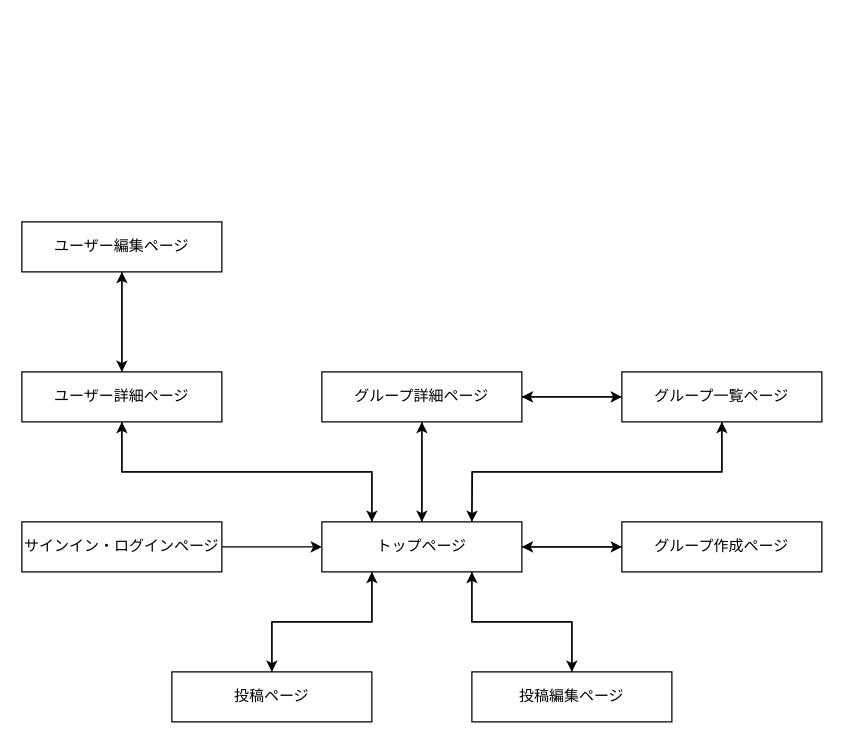
This is transition.dio from elbarca1969/group-talk, a draw.io file, before an edit. Source tidied: cells renumbered, new cells numbered last; positions are measured from the earlier drawing's top-left corner, leaving out a move shared by most shapes. Both pictures are drawn from the tidied source at 125%, with x=0, y=0 at pixel (21, 221).
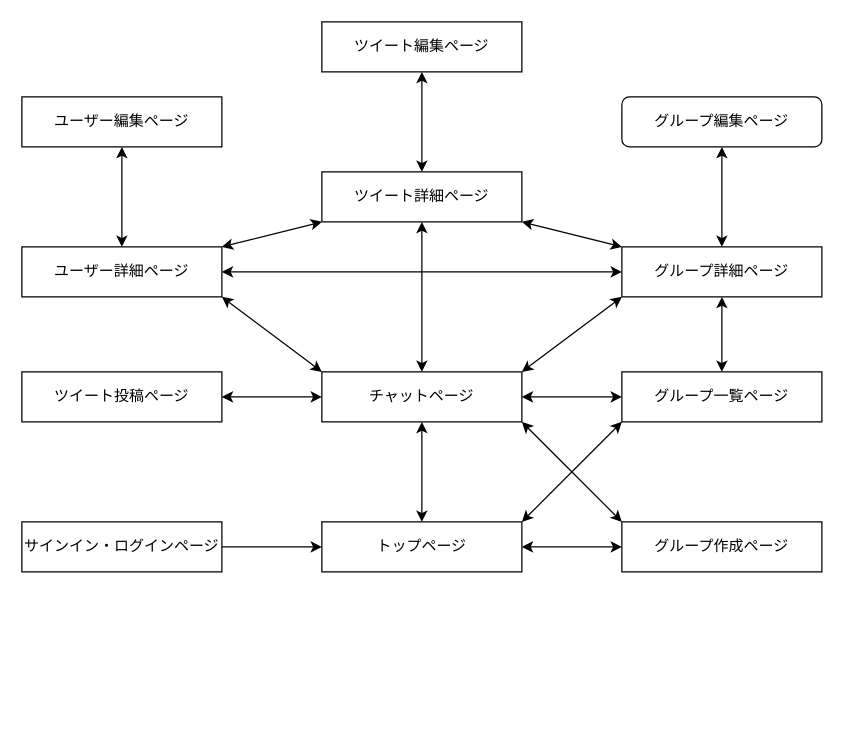
The same diagram, later.

Commit message (it also covers changes not shown here):
画面遷移図の編集

The change refers to these unchanged cells:
```xml
<mxCell id="8" value="トップページ" style="whiteSpace=wrap;html=1;align=center;" parent="1" vertex="1">
  <mxGeometry x="240" y="240" width="160" height="40" as="geometry" />
</mxCell>
<mxCell id="21" value="グループ一覧ページ" style="whiteSpace=wrap;html=1;align=center;" parent="1" vertex="1">
  <mxGeometry x="480" y="120" width="160" height="40" as="geometry" />
</mxCell>
<mxCell id="23" value="グループ作成ページ" style="whiteSpace=wrap;html=1;align=center;" parent="1" vertex="1">
  <mxGeometry x="480" y="240" width="160" height="40" as="geometry" />
</mxCell>
```

Diff of the diagram source:
```diff
@@
-    <mxCell id="2" style="edgeStyle=orthogonalEdgeStyle;rounded=0;jettySize=auto;html=1;entryX=0;entryY=0.5;entryDx=0;entryDy=0;" parent="1" edge="1" source="8" target="23">
-      <mxGeometry relative="1" as="geometry" />
-    </mxCell>
-    <mxCell id="3" style="edgeStyle=orthogonalEdgeStyle;rounded=0;jettySize=auto;html=1;entryX=0.5;entryY=1;entryDx=0;entryDy=0;" parent="1" edge="1" source="8" target="13">
-      <mxGeometry relative="1" as="geometry" />
-    </mxCell>
-    <mxCell id="4" style="edgeStyle=orthogonalEdgeStyle;rounded=0;jettySize=auto;html=1;exitX=0.25;exitY=0;exitDx=0;exitDy=0;entryX=0.5;entryY=1;entryDx=0;entryDy=0;" parent="1" edge="1" source="8" target="16">
-      <mxGeometry relative="1" as="geometry" />
-    </mxCell>
-    <mxCell id="5" style="edgeStyle=orthogonalEdgeStyle;rounded=0;jettySize=auto;html=1;exitX=0.75;exitY=0;exitDx=0;exitDy=0;entryX=0.5;entryY=1;entryDx=0;entryDy=0;" parent="1" edge="1" source="8" target="21">
-      <mxGeometry relative="1" as="geometry" />
-    </mxCell>
-    <mxCell id="6" style="edgeStyle=orthogonalEdgeStyle;rounded=0;jettySize=auto;html=1;exitX=0.25;exitY=1;exitDx=0;exitDy=0;entryX=0.5;entryY=0;entryDx=0;entryDy=0;" parent="1" edge="1" source="8" target="25">
-      <mxGeometry relative="1" as="geometry" />
-    </mxCell>
-    <mxCell id="7" style="edgeStyle=orthogonalEdgeStyle;rounded=0;jettySize=auto;html=1;exitX=0.75;exitY=1;exitDx=0;exitDy=0;entryX=0.5;entryY=0;entryDx=0;entryDy=0;" parent="1" edge="1" source="8" target="27">
-      <mxGeometry relative="1" as="geometry" />
-    </mxCell>
+    <mxCell id="16" value="ユーザー詳細ページ" style="whiteSpace=wrap;html=1;align=center;" parent="1" vertex="1">
+      <mxGeometry y="20" width="160" height="40" as="geometry" />
+    </mxCell>
+    <mxCell id="18" value="ユーザー編集ページ" style="whiteSpace=wrap;html=1;align=center;" parent="1" vertex="1">
+      <mxGeometry y="-100" width="160" height="40" as="geometry" />
+    </mxCell>
+    <mxCell id="28" value="ツイート投稿ページ" style="whiteSpace=wrap;html=1;align=center;" parent="1" vertex="1">
+      <mxGeometry y="120" width="160" height="40" as="geometry" />
+    </mxCell>
+    <mxCell id="10" value="サインイン・ログインページ" style="whiteSpace=wrap;html=1;align=center;" parent="1" vertex="1">
+      <mxGeometry y="240" width="160" height="40" as="geometry" />
+    </mxCell>
+    <mxCell id="29" value="ツイート編集ページ" style="whiteSpace=wrap;html=1;align=center;" parent="1" vertex="1">
+      <mxGeometry x="240" y="-160" width="160" height="40" as="geometry" />
+    </mxCell>
+    <mxCell id="30" value="ツイート詳細ページ" style="whiteSpace=wrap;html=1;align=center;" parent="1" vertex="1">
+      <mxGeometry x="240" y="-40" width="160" height="40" as="geometry" />
+    </mxCell>
+    <mxCell id="31" value="チャットページ" style="whiteSpace=wrap;html=1;align=center;" parent="1" vertex="1">
+      <mxGeometry x="240" y="120" width="160" height="40" as="geometry" />
+    </mxCell>
@@
-    <mxCell id="9" style="edgeStyle=orthogonalEdgeStyle;rounded=0;jettySize=auto;html=1;exitX=1;exitY=0.5;exitDx=0;exitDy=0;entryX=0;entryY=0.5;entryDx=0;entryDy=0;" parent="1" edge="1" source="10" target="8">
-      <mxGeometry relative="1" as="geometry" />
-    </mxCell>
-    <mxCell id="10" value="サインイン・ログインページ" style="whiteSpace=wrap;html=1;align=center;" parent="1" vertex="1">
-      <mxGeometry y="240" width="160" height="40" as="geometry" />
-    </mxCell>
-    <mxCell id="11" style="edgeStyle=orthogonalEdgeStyle;rounded=0;jettySize=auto;html=1;" parent="1" edge="1" source="13">
-      <mxGeometry relative="1" as="geometry">
-        <mxPoint x="320" y="240" as="targetPoint" />
-      </mxGeometry>
-    </mxCell>
-    <mxCell id="12" style="edgeStyle=orthogonalEdgeStyle;rounded=0;jettySize=auto;html=1;" parent="1" edge="1" source="13">
-      <mxGeometry relative="1" as="geometry">
-        <mxPoint x="480" y="140" as="targetPoint" />
-      </mxGeometry>
-    </mxCell>
+    <mxCell id="32" value="グループ編集ページ" style="whiteSpace=wrap;html=1;align=center;rounded=1;" parent="1" vertex="1">
+      <mxGeometry x="480" y="-100" width="160" height="40" as="geometry" />
+    </mxCell>
     <mxCell id="13" value="グループ詳細ページ" style="whiteSpace=wrap;html=1;align=center;" parent="1" vertex="1">
-      <mxGeometry x="240" y="120" width="160" height="40" as="geometry" />
+      <mxGeometry x="480" y="20" width="160" height="40" as="geometry" />
     </mxCell>
-    <mxCell id="14" style="edgeStyle=orthogonalEdgeStyle;rounded=0;jettySize=auto;html=1;entryX=0.5;entryY=1;entryDx=0;entryDy=0;" parent="1" edge="1" source="16" target="18">
-      <mxGeometry relative="1" as="geometry" />
-    </mxCell>
-    <mxCell id="15" style="edgeStyle=orthogonalEdgeStyle;rounded=0;jettySize=auto;html=1;exitX=0.5;exitY=1;exitDx=0;exitDy=0;entryX=0.25;entryY=0;entryDx=0;entryDy=0;" parent="1" edge="1" source="16" target="8">
-      <mxGeometry relative="1" as="geometry" />
-    </mxCell>
-    <mxCell id="16" value="ユーザー詳細ページ" style="whiteSpace=wrap;html=1;align=center;" parent="1" vertex="1">
-      <mxGeometry y="120" width="160" height="40" as="geometry" />
-    </mxCell>
-    <mxCell id="17" style="edgeStyle=orthogonalEdgeStyle;rounded=0;jettySize=auto;html=1;entryX=0.5;entryY=0;entryDx=0;entryDy=0;" parent="1" edge="1" source="18" target="16">
-      <mxGeometry relative="1" as="geometry" />
-    </mxCell>
-    <mxCell id="18" value="ユーザー編集ページ" style="whiteSpace=wrap;html=1;align=center;" parent="1" vertex="1">
-      <mxGeometry width="160" height="40" as="geometry" />
-    </mxCell>
-    <mxCell id="19" style="edgeStyle=orthogonalEdgeStyle;rounded=0;jettySize=auto;html=1;exitX=0.5;exitY=1;exitDx=0;exitDy=0;" parent="1" edge="1" source="21">
-      <mxGeometry relative="1" as="geometry">
-        <mxPoint x="360" y="240" as="targetPoint" />
-      </mxGeometry>
-    </mxCell>
-    <mxCell id="20" style="edgeStyle=orthogonalEdgeStyle;rounded=0;jettySize=auto;html=1;entryX=1;entryY=0.5;entryDx=0;entryDy=0;" parent="1" edge="1" source="21" target="13">
-      <mxGeometry relative="1" as="geometry" />
-    </mxCell>
@@
-    <mxCell id="22" style="edgeStyle=orthogonalEdgeStyle;rounded=0;jettySize=auto;html=1;" parent="1" edge="1" source="23">
-      <mxGeometry relative="1" as="geometry">
-        <mxPoint x="400" y="260" as="targetPoint" />
-      </mxGeometry>
-    </mxCell>
@@
-    <mxCell id="24" style="edgeStyle=orthogonalEdgeStyle;rounded=0;jettySize=auto;html=1;exitX=0.5;exitY=0;exitDx=0;exitDy=0;entryX=0.25;entryY=1;entryDx=0;entryDy=0;" parent="1" edge="1" source="25" target="8">
-      <mxGeometry relative="1" as="geometry" />
-    </mxCell>
-    <mxCell id="25" value="投稿ページ" style="whiteSpace=wrap;html=1;align=center;" parent="1" vertex="1">
-      <mxGeometry x="120" y="360" width="160" height="40" as="geometry" />
-    </mxCell>
-    <mxCell id="26" style="edgeStyle=orthogonalEdgeStyle;rounded=0;jettySize=auto;html=1;exitX=0.5;exitY=0;exitDx=0;exitDy=0;entryX=0.75;entryY=1;entryDx=0;entryDy=0;" parent="1" edge="1" source="27" target="8">
-      <mxGeometry relative="1" as="geometry" />
-    </mxCell>
-    <mxCell id="27" value="投稿編集ページ" style="whiteSpace=wrap;html=1;align=center;" parent="1" vertex="1">
-      <mxGeometry x="360" y="360" width="160" height="40" as="geometry" />
-    </mxCell>
+    <mxCell id="33" style="edgeStyle=orthogonalEdgeStyle;rounded=0;orthogonalLoop=1;jettySize=auto;html=1;entryX=0.5;entryY=1;entryDx=0;entryDy=0;startArrow=classic;startFill=1;endArrow=classic;endFill=1;" parent="1" edge="1">
+      <mxGeometry relative="1" as="geometry">
+        <mxPoint x="80" y="20" as="sourcePoint" />
+        <mxPoint x="80" y="-60" as="targetPoint" />
+      </mxGeometry>
+    </mxCell>
+    <mxCell id="34" style="endArrow=classic;html=1;rounded=0;startArrow=classic;startFill=1;endFill=1;exitX=1;exitY=0;exitDx=0;exitDy=0;entryX=0;entryY=1;entryDx=0;entryDy=0;" parent="1" edge="1">
+      <mxGeometry relative="1" as="geometry">
+        <mxPoint x="160" y="20" as="sourcePoint" />
+        <mxPoint x="240" as="targetPoint" />
+      </mxGeometry>
+    </mxCell>
+    <mxCell id="35" style="edgeStyle=orthogonalEdgeStyle;rounded=0;orthogonalLoop=1;jettySize=auto;html=1;entryX=0;entryY=0.5;entryDx=0;entryDy=0;startArrow=classic;startFill=1;endArrow=classic;endFill=1;" parent="1" edge="1">
+      <mxGeometry relative="1" as="geometry">
+        <mxPoint x="160" y="40" as="sourcePoint" />
+        <mxPoint x="480" y="40" as="targetPoint" />
+      </mxGeometry>
+    </mxCell>
+    <mxCell id="36" style="endArrow=classic;html=1;rounded=0;startArrow=classic;startFill=1;endFill=1;exitX=1;exitY=1;exitDx=0;exitDy=0;entryX=0;entryY=0;entryDx=0;entryDy=0;" parent="1" edge="1">
+      <mxGeometry relative="1" as="geometry">
+        <mxPoint x="160" y="60" as="sourcePoint" />
+        <mxPoint x="240" y="120" as="targetPoint" />
+      </mxGeometry>
+    </mxCell>
+    <mxCell id="37" style="edgeStyle=orthogonalEdgeStyle;rounded=0;orthogonalLoop=1;jettySize=auto;html=1;entryX=0;entryY=0.5;entryDx=0;entryDy=0;startArrow=classic;startFill=1;endArrow=classic;endFill=1;" parent="1" edge="1">
+      <mxGeometry relative="1" as="geometry">
+        <mxPoint x="160" y="140" as="sourcePoint" />
+        <mxPoint x="240" y="140" as="targetPoint" />
+      </mxGeometry>
+    </mxCell>
+    <mxCell id="38" style="edgeStyle=orthogonalEdgeStyle;rounded=0;orthogonalLoop=1;jettySize=auto;html=1;exitX=1;exitY=0.5;exitDx=0;exitDy=0;entryX=0;entryY=0.5;entryDx=0;entryDy=0;" parent="1" edge="1">
+      <mxGeometry relative="1" as="geometry">
+        <mxPoint x="160" y="260" as="sourcePoint" />
+        <mxPoint x="240" y="260" as="targetPoint" />
+      </mxGeometry>
+    </mxCell>
+    <mxCell id="39" style="edgeStyle=orthogonalEdgeStyle;rounded=0;orthogonalLoop=1;jettySize=auto;html=1;entryX=0.5;entryY=1;entryDx=0;entryDy=0;startArrow=classic;startFill=1;endArrow=classic;endFill=1;" parent="1" edge="1">
+      <mxGeometry relative="1" as="geometry">
+        <mxPoint x="320" y="-40" as="sourcePoint" />
+        <mxPoint x="320" y="-120" as="targetPoint" />
+      </mxGeometry>
+    </mxCell>
+    <mxCell id="40" style="edgeStyle=orthogonalEdgeStyle;rounded=0;orthogonalLoop=1;jettySize=auto;html=1;entryX=0.5;entryY=1;entryDx=0;entryDy=0;startArrow=classic;startFill=1;endArrow=classic;endFill=1;" parent="1" edge="1">
+      <mxGeometry relative="1" as="geometry">
+        <mxPoint x="320" y="120" as="sourcePoint" />
+        <mxPoint x="320" as="targetPoint" />
+      </mxGeometry>
+    </mxCell>
+    <mxCell id="41" style="edgeStyle=orthogonalEdgeStyle;rounded=0;orthogonalLoop=1;jettySize=auto;html=1;entryX=0.5;entryY=1;entryDx=0;entryDy=0;startArrow=classic;startFill=1;endArrow=classic;endFill=1;" parent="1" edge="1">
+      <mxGeometry relative="1" as="geometry">
+        <mxPoint x="320" y="240" as="sourcePoint" />
+        <mxPoint x="320" y="160" as="targetPoint" />
+      </mxGeometry>
+    </mxCell>
+    <mxCell id="42" style="endArrow=classic;html=1;rounded=0;startArrow=classic;startFill=1;endFill=1;exitX=1;exitY=1;exitDx=0;exitDy=0;entryX=0;entryY=0;entryDx=0;entryDy=0;" parent="1" edge="1">
+      <mxGeometry relative="1" as="geometry">
+        <mxPoint x="400" as="sourcePoint" />
+        <mxPoint x="480" y="20" as="targetPoint" />
+      </mxGeometry>
+    </mxCell>
+    <mxCell id="43" style="endArrow=classic;html=1;rounded=0;startArrow=classic;startFill=1;endFill=1;exitX=1;exitY=0;exitDx=0;exitDy=0;entryX=0;entryY=1;entryDx=0;entryDy=0;" parent="1" edge="1">
+      <mxGeometry relative="1" as="geometry">
+        <mxPoint x="400" y="120" as="sourcePoint" />
+        <mxPoint x="480" y="60" as="targetPoint" />
+      </mxGeometry>
+    </mxCell>
+    <mxCell id="44" style="edgeStyle=orthogonalEdgeStyle;rounded=0;orthogonalLoop=1;jettySize=auto;html=1;entryX=0;entryY=0.5;entryDx=0;entryDy=0;startArrow=classic;startFill=1;endArrow=classic;endFill=1;" parent="1" edge="1">
+      <mxGeometry relative="1" as="geometry">
+        <mxPoint x="400" y="140" as="sourcePoint" />
+        <mxPoint x="480" y="140" as="targetPoint" />
+      </mxGeometry>
+    </mxCell>
+    <mxCell id="45" style="endArrow=classic;html=1;rounded=0;startArrow=classic;startFill=1;endFill=1;exitX=1;exitY=0;exitDx=0;exitDy=0;entryX=0;entryY=1;entryDx=0;entryDy=0;" parent="1" edge="1">
+      <mxGeometry relative="1" as="geometry">
+        <mxPoint x="400" y="240" as="sourcePoint" />
+        <mxPoint x="480" y="160" as="targetPoint" />
+      </mxGeometry>
+    </mxCell>
+    <mxCell id="46" style="endArrow=classic;html=1;rounded=0;startArrow=classic;startFill=1;endFill=1;exitX=1;exitY=1;exitDx=0;exitDy=0;entryX=0;entryY=0;entryDx=0;entryDy=0;" parent="1" edge="1">
+      <mxGeometry relative="1" as="geometry">
+        <mxPoint x="400" y="160" as="sourcePoint" />
+        <mxPoint x="480" y="240" as="targetPoint" />
+      </mxGeometry>
+    </mxCell>
+    <mxCell id="47" style="edgeStyle=orthogonalEdgeStyle;rounded=0;orthogonalLoop=1;jettySize=auto;html=1;entryX=0.5;entryY=1;entryDx=0;entryDy=0;startArrow=classic;startFill=1;endArrow=classic;endFill=1;" parent="1" edge="1">
+      <mxGeometry relative="1" as="geometry">
+        <mxPoint x="560" y="20" as="sourcePoint" />
+        <mxPoint x="560" y="-60" as="targetPoint" />
+      </mxGeometry>
+    </mxCell>
+    <mxCell id="48" style="edgeStyle=orthogonalEdgeStyle;rounded=0;orthogonalLoop=1;jettySize=auto;html=1;entryX=0.5;entryY=1;entryDx=0;entryDy=0;startArrow=classic;startFill=1;endArrow=classic;endFill=1;" parent="1" edge="1">
+      <mxGeometry relative="1" as="geometry">
+        <mxPoint x="560" y="120" as="sourcePoint" />
+        <mxPoint x="560" y="60" as="targetPoint" />
+      </mxGeometry>
+    </mxCell>
+    <mxCell id="49" style="edgeStyle=orthogonalEdgeStyle;rounded=0;orthogonalLoop=1;jettySize=auto;html=1;entryX=1;entryY=0.5;entryDx=0;entryDy=0;startArrow=classic;startFill=1;endArrow=classic;endFill=1;" parent="1" edge="1">
+      <mxGeometry relative="1" as="geometry">
+        <mxPoint x="480" y="260" as="sourcePoint" />
+        <mxPoint x="400" y="260" as="targetPoint" />
+      </mxGeometry>
+    </mxCell>
```
